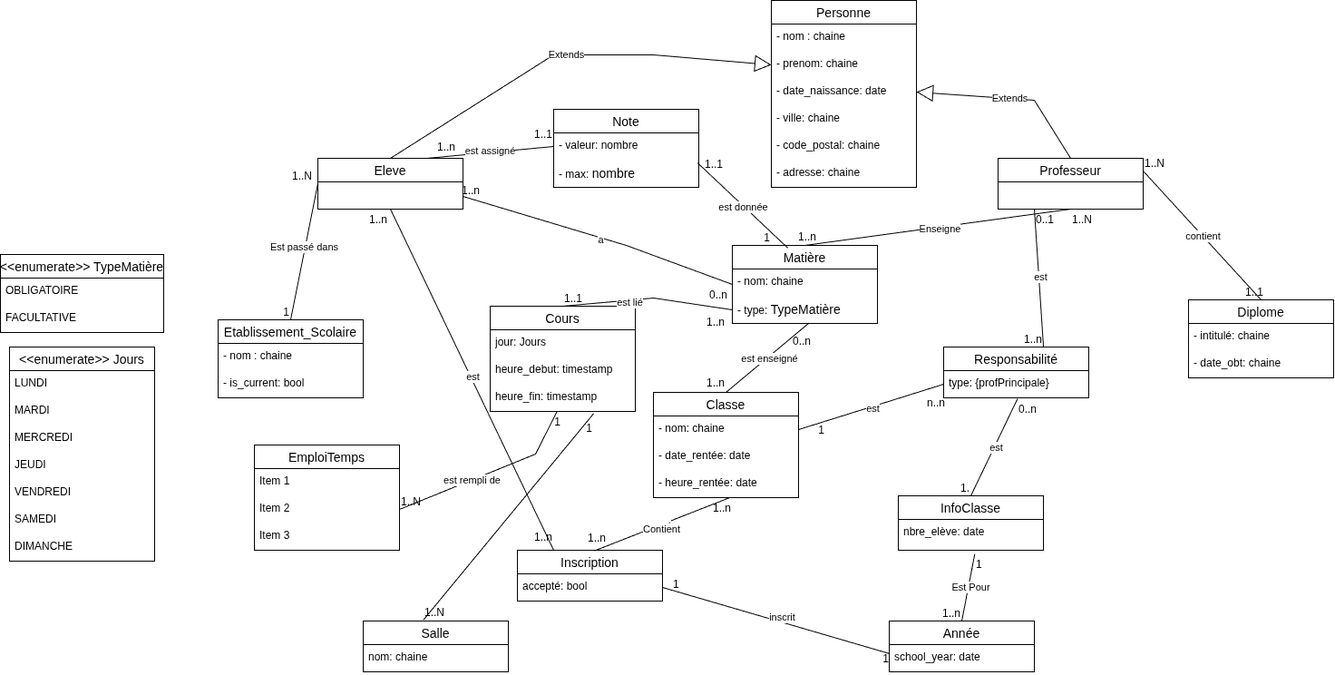
This is Ecole.drawio.png from T-lamo/DataEngineer, a draw.io export, as it was before one commit. Source tidied: cells renumbered, new cells last; positions are measured from the earlier drawing's top-left corner, leaving out a move shared by most shapes.
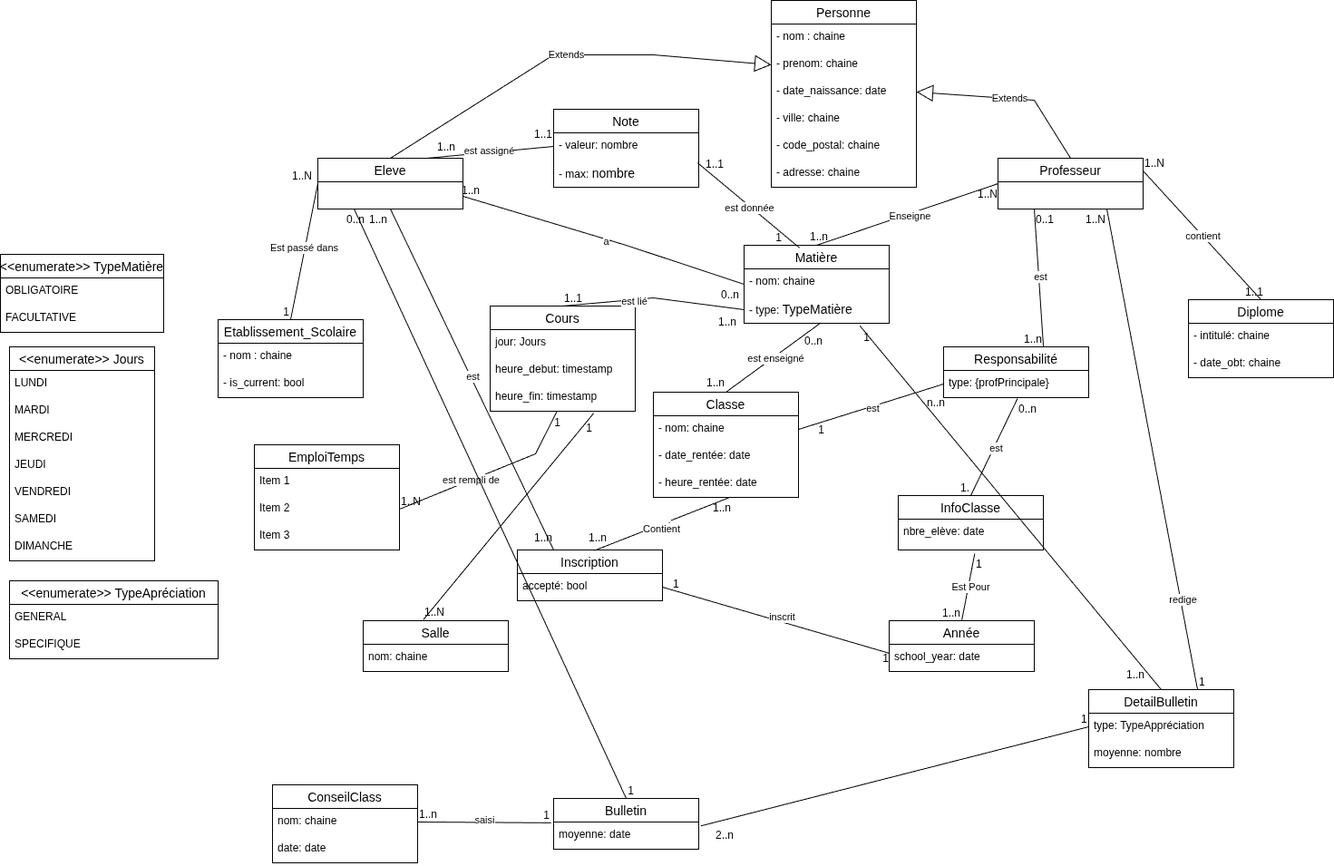
Above is the later version.

Change to the diagram source:
```diff
@@ -84,7 +84,7 @@
       <mxGeometry x="1100" y="174" width="160" height="56" as="geometry" />
     </mxCell>
     <mxCell id="29" value="Matière" style="swimlane;fontStyle=0;horizontal=1;startSize=26;align=center;fontSize=14;" parent="1" vertex="1">
-      <mxGeometry x="807" y="270" width="160" height="86" as="geometry" />
+      <mxGeometry x="820" y="270" width="160" height="86" as="geometry" />
     </mxCell>
     <mxCell id="30" value="- nom: chaine&lt;div&gt;&lt;br&gt;&lt;/div&gt;" style="text;strokeColor=none;fillColor=none;spacingLeft=4;spacingRight=4;overflow=hidden;fontSize=12;whiteSpace=wrap;html=1;" parent="29" vertex="1">
       <mxGeometry y="26" width="160" height="30" as="geometry" />
@@ -107,12 +107,12 @@
         </Array>
       </mxGeometry>
     </mxCell>
-    <mxCell id="34" style="endArrow=none;html=1;rounded=0;exitX=0.5;exitY=1;exitDx=0;exitDy=0;entryX=0.5;entryY=0;entryDx=0;entryDy=0;" parent="1" edge="1" source="28" target="29">
+    <mxCell id="34" style="endArrow=none;html=1;rounded=0;exitX=0;exitY=0.5;exitDx=0;exitDy=0;entryX=0.5;entryY=0;entryDx=0;entryDy=0;" parent="1" edge="1" source="28" target="29">
       <mxGeometry relative="1" as="geometry" />
     </mxCell>
     <mxCell id="35" value="1..N" style="html=1;whiteSpace=wrap;align=left;verticalAlign=bottom;" parent="34" vertex="1">
       <mxGeometry x="-1" relative="1" as="geometry">
-        <mxPoint y="20" as="offset" />
+        <mxPoint x="-24" y="20" as="offset" />
       </mxGeometry>
     </mxCell>
     <mxCell id="36" value="1" style="html=1;whiteSpace=wrap;align=right;verticalAlign=bottom;" parent="34" vertex="1">
@@ -452,5 +452,105 @@
         <mxPoint y="25" as="offset" />
       </mxGeometry>
     </mxCell>
+    <mxCell id="127" value="ConseilClass" style="swimlane;fontStyle=0;horizontal=1;startSize=26;align=center;fontSize=14;" parent="1" vertex="1">
+      <mxGeometry x="300" y="865" width="160" height="86" as="geometry" />
+    </mxCell>
+    <mxCell id="128" value="nom: chaine" style="text;strokeColor=none;fillColor=none;spacingLeft=4;spacingRight=4;overflow=hidden;points=[[0,0.5],[1,0.5]];portConstraint=eastwest;fontSize=12;whiteSpace=wrap;html=1;" parent="127" vertex="1">
+      <mxGeometry y="26" width="160" height="30" as="geometry" />
+    </mxCell>
+    <mxCell id="129" value="date: date" style="text;strokeColor=none;fillColor=none;spacingLeft=4;spacingRight=4;overflow=hidden;fontSize=12;whiteSpace=wrap;html=1;" parent="127" vertex="1">
+      <mxGeometry y="56" width="160" height="30" as="geometry" />
+    </mxCell>
+    <mxCell id="130" value="Bulletin" style="swimlane;fontStyle=0;horizontal=1;startSize=26;align=center;fontSize=14;" parent="1" vertex="1">
+      <mxGeometry x="610" y="880" width="160" height="56" as="geometry" />
+    </mxCell>
+    <mxCell id="131" value="moyenne: date" style="text;strokeColor=none;fillColor=none;spacingLeft=4;spacingRight=4;overflow=hidden;points=[[0,0.5],[1,0.5]];portConstraint=eastwest;fontSize=12;whiteSpace=wrap;html=1;" parent="130" vertex="1">
+      <mxGeometry y="26" width="160" height="30" as="geometry" />
+    </mxCell>
+    <mxCell id="132" value="DetailBulletin" style="swimlane;fontStyle=0;horizontal=1;startSize=26;align=center;fontSize=14;" parent="1" vertex="1">
+      <mxGeometry x="1200" y="760" width="160" height="86" as="geometry" />
+    </mxCell>
+    <mxCell id="133" value="type: TypeAppréciation" style="text;strokeColor=none;fillColor=none;spacingLeft=4;spacingRight=4;overflow=hidden;points=[[0,0.5],[1,0.5]];portConstraint=eastwest;fontSize=12;whiteSpace=wrap;html=1;" parent="132" vertex="1">
+      <mxGeometry y="26" width="160" height="30" as="geometry" />
+    </mxCell>
+    <mxCell id="134" value="moyenne: nombre" style="text;strokeColor=none;fillColor=none;spacingLeft=4;spacingRight=4;overflow=hidden;fontSize=12;whiteSpace=wrap;html=1;" parent="132" vertex="1">
+      <mxGeometry y="56" width="160" height="30" as="geometry" />
+    </mxCell>
+    <mxCell id="135" value="&lt;&lt;enumerate&gt;&gt; TypeApréciation" style="swimlane;fontStyle=0;horizontal=1;startSize=26;align=center;fontSize=14;" parent="1" vertex="1">
+      <mxGeometry x="10" y="640" width="230" height="86" as="geometry" />
+    </mxCell>
+    <mxCell id="136" value="GENERAL" style="text;strokeColor=none;fillColor=none;spacingLeft=4;spacingRight=4;overflow=hidden;fontSize=12;whiteSpace=wrap;html=1;" parent="135" vertex="1">
+      <mxGeometry y="26" width="230" height="30" as="geometry" />
+    </mxCell>
+    <mxCell id="137" value="SPECIFIQUE" style="text;strokeColor=none;fillColor=none;spacingLeft=4;spacingRight=4;overflow=hidden;fontSize=12;whiteSpace=wrap;html=1;" parent="135" vertex="1">
+      <mxGeometry y="56" width="230" height="30" as="geometry" />
+    </mxCell>
+    <mxCell id="138" style="endArrow=none;html=1;rounded=0;exitX=0;exitY=0.5;exitDx=0;exitDy=0;entryX=1.015;entryY=0.143;entryDx=0;entryDy=0;entryPerimeter=0;" parent="1" edge="1" source="133" target="131">
+      <mxGeometry relative="1" as="geometry" />
+    </mxCell>
+    <mxCell id="139" value="1" style="html=1;whiteSpace=wrap;align=left;verticalAlign=bottom;" parent="138" vertex="1">
+      <mxGeometry x="-1" relative="1" as="geometry">
+        <mxPoint x="-10" as="offset" />
+      </mxGeometry>
+    </mxCell>
+    <mxCell id="140" value="2..n" style="html=1;whiteSpace=wrap;align=right;verticalAlign=bottom;" parent="138" vertex="1">
+      <mxGeometry x="1" relative="1" as="geometry">
+        <mxPoint x="37" y="19" as="offset" />
+      </mxGeometry>
+    </mxCell>
+    <mxCell id="141" style="endArrow=none;html=1;rounded=0;entryX=0.798;entryY=1.094;entryDx=0;entryDy=0;entryPerimeter=0;" parent="1" edge="1" target="31">
+      <mxGeometry relative="1" as="geometry">
+        <mxPoint x="1280" y="760" as="sourcePoint" />
+      </mxGeometry>
+    </mxCell>
+    <mxCell id="142" value="1..n" style="html=1;whiteSpace=wrap;align=left;verticalAlign=bottom;" parent="141" vertex="1">
+      <mxGeometry x="-1" relative="1" as="geometry">
+        <mxPoint x="-40" y="-8" as="offset" />
+      </mxGeometry>
+    </mxCell>
+    <mxCell id="143" value="1" style="html=1;whiteSpace=wrap;align=right;verticalAlign=bottom;" parent="141" vertex="1">
+      <mxGeometry x="1" relative="1" as="geometry">
+        <mxPoint x="12" y="21" as="offset" />
+      </mxGeometry>
+    </mxCell>
+    <mxCell id="144" style="endArrow=none;html=1;rounded=0;entryX=0.75;entryY=1;entryDx=0;entryDy=0;exitX=0.75;exitY=0;exitDx=0;exitDy=0;" parent="1" edge="1" source="132" target="28">
+      <mxGeometry relative="1" as="geometry" />
+    </mxCell>
+    <mxCell id="145" value="1" style="html=1;whiteSpace=wrap;align=left;verticalAlign=bottom;" parent="144" vertex="1">
+      <mxGeometry x="-1" relative="1" as="geometry" />
+    </mxCell>
+    <mxCell id="146" value="1..N" style="html=1;whiteSpace=wrap;align=right;verticalAlign=bottom;" parent="144" vertex="1">
+      <mxGeometry x="1" relative="1" as="geometry">
+        <mxPoint y="20" as="offset" />
+      </mxGeometry>
+    </mxCell>
+    <mxCell id="147" value="redige" style="edgeLabel;html=1;align=center;verticalAlign=middle;" parent="144" vertex="1">
+      <mxGeometry x="-0.62" y="-2" relative="1" as="geometry" />
+    </mxCell>
+    <mxCell id="148" style="endArrow=none;html=1;rounded=0;exitX=1;exitY=0.5;exitDx=0;exitDy=0;entryX=-0.018;entryY=0.029;entryDx=0;entryDy=0;entryPerimeter=0;" parent="1" edge="1" source="128" target="131">
+      <mxGeometry relative="1" as="geometry" />
+    </mxCell>
+    <mxCell id="149" value="1..n" style="html=1;whiteSpace=wrap;align=left;verticalAlign=bottom;" parent="148" vertex="1">
+      <mxGeometry x="-1" relative="1" as="geometry" />
+    </mxCell>
+    <mxCell id="150" value="1" style="html=1;whiteSpace=wrap;align=right;verticalAlign=bottom;" parent="148" vertex="1">
+      <mxGeometry x="1" relative="1" as="geometry" />
+    </mxCell>
+    <mxCell id="151" value="saisi" style="edgeLabel;html=1;align=center;verticalAlign=middle;" parent="148" vertex="1">
+      <mxGeometry x="-0.01" y="3" relative="1" as="geometry" />
+    </mxCell>
+    <mxCell id="152" style="endArrow=none;html=1;rounded=0;entryX=0.5;entryY=0;entryDx=0;entryDy=0;exitX=0.25;exitY=1;exitDx=0;exitDy=0;" parent="1" edge="1" source="27" target="130">
+      <mxGeometry relative="1" as="geometry" />
+    </mxCell>
+    <mxCell id="153" value="0..n" style="html=1;whiteSpace=wrap;align=left;verticalAlign=bottom;" parent="152" vertex="1">
+      <mxGeometry x="-1" relative="1" as="geometry">
+        <mxPoint x="-10" y="20" as="offset" />
+      </mxGeometry>
+    </mxCell>
+    <mxCell id="154" value="1" style="html=1;whiteSpace=wrap;align=right;verticalAlign=bottom;" parent="152" vertex="1">
+      <mxGeometry x="1" relative="1" as="geometry">
+        <mxPoint x="10" as="offset" />
+      </mxGeometry>
+    </mxCell>
   </root>
 </mxGraphModel>
```
